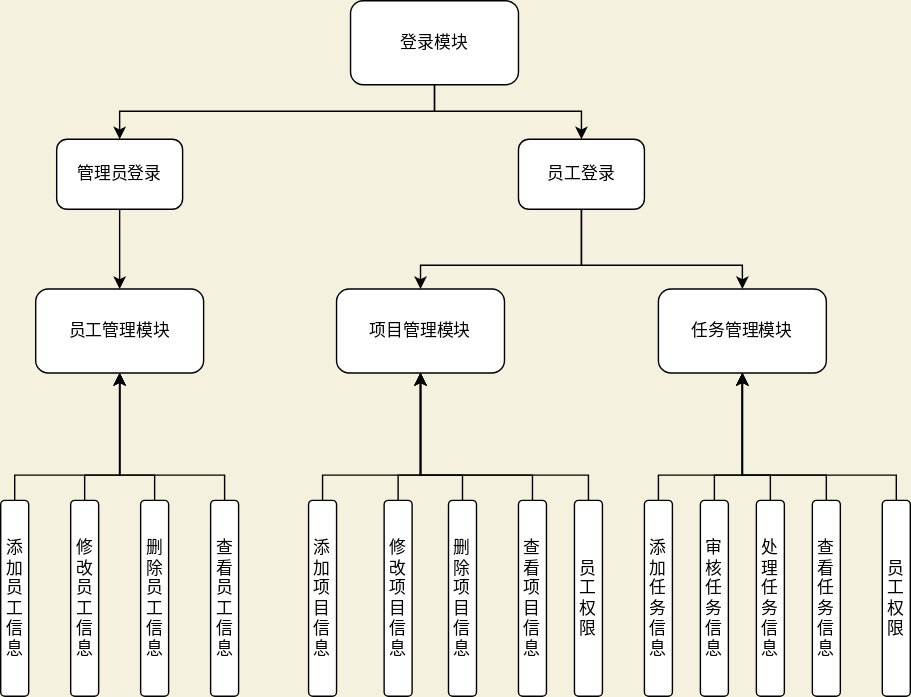
The draw.io diagram web/src/main/resources/static/draw/uml.svg in luck-nine/projectManagement, before a commit. Source tidied: cells renumbered, new cells last; positions are measured from the earlier drawing's top-left corner, leaving out a move shared by most shapes.
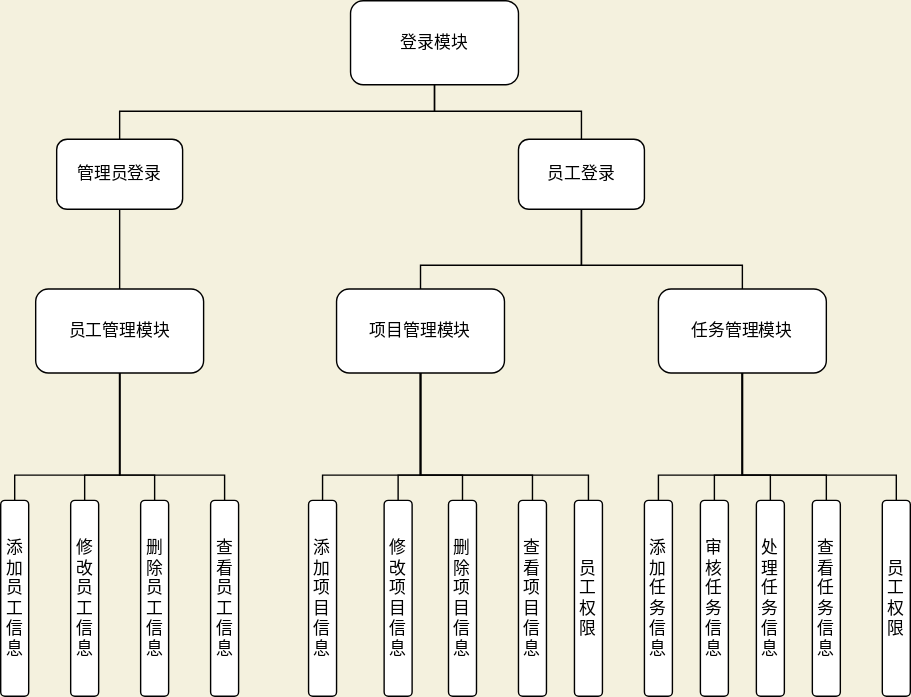
The same diagram one commit later.

Commit message:
fix: 组织结构图去掉箭头

Change to the diagram source:
```diff
@@ -23,7 +23,7 @@
     <mxCell id="8" value="&lt;font color=&quot;#000000&quot;&gt;员工登录&lt;/font&gt;" style="rounded=1;whiteSpace=wrap;html=1;strokeColor=#000000;fillColor=#FFFFFF;" parent="1" vertex="1">
       <mxGeometry x="370" y="99" width="90" height="50" as="geometry" />
     </mxCell>
-    <mxCell id="9" style="endArrow=classic;html=1;rounded=0;strokeColor=#000000;exitX=0.5;exitY=1;exitDx=0;exitDy=0;entryX=0.5;entryY=0;entryDx=0;entryDy=0;" parent="1" edge="1" source="2" target="7">
+    <mxCell id="9" style="endArrow=none;html=1;rounded=0;strokeColor=#000000;exitX=0.5;exitY=1;exitDx=0;exitDy=0;entryX=0.5;entryY=0;entryDx=0;entryDy=0;endFill=0;" parent="1" edge="1" source="2" target="7">
       <mxGeometry relative="1" as="geometry">
         <Array as="points">
           <mxPoint x="310" y="79" />
@@ -31,7 +31,7 @@
         </Array>
       </mxGeometry>
     </mxCell>
-    <mxCell id="10" style="endArrow=classic;html=1;rounded=0;strokeColor=#000000;exitX=0.5;exitY=1;exitDx=0;exitDy=0;entryX=0.5;entryY=0;entryDx=0;entryDy=0;" parent="1" edge="1" source="2" target="8">
+    <mxCell id="10" style="endArrow=none;html=1;rounded=0;strokeColor=#000000;exitX=0.5;exitY=1;exitDx=0;exitDy=0;entryX=0.5;entryY=0;entryDx=0;entryDy=0;endFill=0;" parent="1" edge="1" source="2" target="8">
       <mxGeometry relative="1" as="geometry">
         <Array as="points">
           <mxPoint x="310" y="79" />
@@ -39,7 +39,7 @@
         </Array>
       </mxGeometry>
     </mxCell>
-    <mxCell id="11" style="endArrow=classic;html=1;rounded=0;strokeColor=#000000;exitX=0.5;exitY=1;exitDx=0;exitDy=0;entryX=0.5;entryY=0;entryDx=0;entryDy=0;" parent="1" edge="1" source="8" target="5">
+    <mxCell id="11" style="endArrow=none;html=1;rounded=0;strokeColor=#000000;exitX=0.5;exitY=1;exitDx=0;exitDy=0;entryX=0.5;entryY=0;entryDx=0;entryDy=0;endFill=0;" parent="1" edge="1" source="8" target="5">
       <mxGeometry relative="1" as="geometry">
         <Array as="points">
           <mxPoint x="415" y="189" />
@@ -47,7 +47,7 @@
         </Array>
       </mxGeometry>
     </mxCell>
-    <mxCell id="12" style="endArrow=classic;html=1;rounded=0;strokeColor=#000000;exitX=0.5;exitY=1;exitDx=0;exitDy=0;entryX=0.5;entryY=0;entryDx=0;entryDy=0;" parent="1" edge="1" source="8" target="4">
+    <mxCell id="12" style="endArrow=none;html=1;rounded=0;strokeColor=#000000;exitX=0.5;exitY=1;exitDx=0;exitDy=0;entryX=0.5;entryY=0;entryDx=0;entryDy=0;endFill=0;" parent="1" edge="1" source="8" target="4">
       <mxGeometry relative="1" as="geometry">
         <Array as="points">
           <mxPoint x="415" y="189" />
@@ -55,10 +55,10 @@
         </Array>
       </mxGeometry>
     </mxCell>
-    <mxCell id="13" style="endArrow=classic;html=1;rounded=0;strokeColor=#000000;exitX=0.5;exitY=1;exitDx=0;exitDy=0;entryX=0.5;entryY=0;entryDx=0;entryDy=0;" parent="1" edge="1" source="7" target="3">
+    <mxCell id="13" style="endArrow=none;html=1;rounded=0;strokeColor=#000000;exitX=0.5;exitY=1;exitDx=0;exitDy=0;entryX=0.5;entryY=0;entryDx=0;entryDy=0;endFill=0;" parent="1" edge="1" source="7" target="3">
       <mxGeometry relative="1" as="geometry" />
     </mxCell>
-    <mxCell id="14" style="endArrow=classic;html=1;rounded=0;strokeColor=#000000;entryX=0.5;entryY=1;entryDx=0;entryDy=0;exitX=0.5;exitY=0;exitDx=0;exitDy=0;" parent="1" edge="1" source="24" target="5">
+    <mxCell id="14" style="endArrow=none;html=1;rounded=0;strokeColor=#000000;entryX=0.5;entryY=1;entryDx=0;entryDy=0;exitX=0.5;exitY=0;exitDx=0;exitDy=0;endFill=0;" parent="1" edge="1" source="24" target="5">
       <mxGeometry relative="1" as="geometry">
         <Array as="points">
           <mxPoint x="330" y="339" />
@@ -66,7 +66,7 @@
         </Array>
       </mxGeometry>
     </mxCell>
-    <mxCell id="15" style="endArrow=classic;html=1;rounded=0;strokeColor=#000000;exitX=0.5;exitY=0;exitDx=0;exitDy=0;entryX=0.5;entryY=1;entryDx=0;entryDy=0;" parent="1" edge="1" source="23" target="5">
+    <mxCell id="15" style="endArrow=none;html=1;rounded=0;strokeColor=#000000;exitX=0.5;exitY=0;exitDx=0;exitDy=0;entryX=0.5;entryY=1;entryDx=0;entryDy=0;endFill=0;" parent="1" edge="1" source="23" target="5">
       <mxGeometry relative="1" as="geometry">
         <Array as="points">
           <mxPoint x="284" y="339" />
@@ -74,7 +74,7 @@
         </Array>
       </mxGeometry>
     </mxCell>
-    <mxCell id="16" style="endArrow=classic;html=1;rounded=0;strokeColor=#000000;exitX=0.5;exitY=0;exitDx=0;exitDy=0;entryX=0.5;entryY=1;entryDx=0;entryDy=0;" parent="1" edge="1" source="22" target="5">
+    <mxCell id="16" style="endArrow=none;html=1;rounded=0;strokeColor=#000000;exitX=0.5;exitY=0;exitDx=0;exitDy=0;entryX=0.5;entryY=1;entryDx=0;entryDy=0;endFill=0;" parent="1" edge="1" source="22" target="5">
       <mxGeometry relative="1" as="geometry">
         <Array as="points">
           <mxPoint x="230" y="339" />
@@ -82,7 +82,7 @@
         </Array>
       </mxGeometry>
     </mxCell>
-    <mxCell id="17" style="endArrow=classic;html=1;rounded=0;strokeColor=#000000;exitX=0.5;exitY=0;exitDx=0;exitDy=0;entryX=0.5;entryY=1;entryDx=0;entryDy=0;" parent="1" edge="1" source="6" target="3">
+    <mxCell id="17" style="endArrow=none;html=1;rounded=0;strokeColor=#000000;exitX=0.5;exitY=0;exitDx=0;exitDy=0;entryX=0.5;entryY=1;entryDx=0;entryDy=0;endFill=0;" parent="1" edge="1" source="6" target="3">
       <mxGeometry relative="1" as="geometry">
         <Array as="points">
           <mxPoint x="10" y="339" />
@@ -96,7 +96,7 @@
     <mxCell id="19" value="&lt;font color=&quot;#000000&quot;&gt;删除员工信息&lt;/font&gt;" style="rounded=1;whiteSpace=wrap;html=1;strokeColor=#000000;fillColor=#FFFFFF;" parent="1" vertex="1">
       <mxGeometry x="100" y="357" width="20" height="140" as="geometry" />
     </mxCell>
-    <mxCell id="20" style="endArrow=classic;html=1;rounded=0;strokeColor=#000000;exitX=0.5;exitY=0;exitDx=0;exitDy=0;entryX=0.5;entryY=1;entryDx=0;entryDy=0;" parent="1" edge="1" source="18" target="3">
+    <mxCell id="20" style="endArrow=none;html=1;rounded=0;strokeColor=#000000;exitX=0.5;exitY=0;exitDx=0;exitDy=0;entryX=0.5;entryY=1;entryDx=0;entryDy=0;endFill=0;" parent="1" edge="1" source="18" target="3">
       <mxGeometry relative="1" as="geometry">
         <Array as="points">
           <mxPoint x="60" y="339" />
@@ -104,7 +104,7 @@
         </Array>
       </mxGeometry>
     </mxCell>
-    <mxCell id="21" style="endArrow=classic;html=1;rounded=0;strokeColor=#000000;exitX=0.5;exitY=0;exitDx=0;exitDy=0;entryX=0.5;entryY=1;entryDx=0;entryDy=0;" parent="1" edge="1" source="19" target="3">
+    <mxCell id="21" style="endArrow=none;html=1;rounded=0;strokeColor=#000000;exitX=0.5;exitY=0;exitDx=0;exitDy=0;entryX=0.5;entryY=1;entryDx=0;entryDy=0;endFill=0;" parent="1" edge="1" source="19" target="3">
       <mxGeometry relative="1" as="geometry">
         <Array as="points">
           <mxPoint x="110" y="339" />
@@ -124,7 +124,7 @@
     <mxCell id="25" value="&lt;font color=&quot;#000000&quot;&gt;查看项目信息&lt;/font&gt;" style="rounded=1;whiteSpace=wrap;html=1;strokeColor=#000000;fillColor=#FFFFFF;" parent="1" vertex="1">
       <mxGeometry x="370" y="357" width="20" height="140" as="geometry" />
     </mxCell>
-    <mxCell id="26" style="endArrow=classic;html=1;rounded=0;strokeColor=#000000;exitX=0.5;exitY=0;exitDx=0;exitDy=0;entryX=0.5;entryY=1;entryDx=0;entryDy=0;" parent="1" edge="1" source="25" target="5">
+    <mxCell id="26" style="endArrow=none;html=1;rounded=0;strokeColor=#000000;exitX=0.5;exitY=0;exitDx=0;exitDy=0;entryX=0.5;entryY=1;entryDx=0;entryDy=0;endFill=0;" parent="1" edge="1" source="25" target="5">
       <mxGeometry relative="1" as="geometry">
         <Array as="points">
           <mxPoint x="380" y="339" />
@@ -144,7 +144,7 @@
     <mxCell id="30" value="&lt;font color=&quot;#000000&quot;&gt;查看任务信息&lt;/font&gt;" style="rounded=1;whiteSpace=wrap;html=1;strokeColor=#000000;fillColor=#FFFFFF;" parent="1" vertex="1">
       <mxGeometry x="580" y="357" width="20" height="140" as="geometry" />
     </mxCell>
-    <mxCell id="31" style="endArrow=classic;html=1;rounded=0;strokeColor=#000000;exitX=0.5;exitY=0;exitDx=0;exitDy=0;entryX=0.5;entryY=1;entryDx=0;entryDy=0;" parent="1" edge="1" source="27" target="4">
+    <mxCell id="31" style="endArrow=none;html=1;rounded=0;strokeColor=#000000;exitX=0.5;exitY=0;exitDx=0;exitDy=0;entryX=0.5;entryY=1;entryDx=0;entryDy=0;endFill=0;" parent="1" edge="1" source="27" target="4">
       <mxGeometry relative="1" as="geometry">
         <Array as="points">
           <mxPoint x="470" y="339" />
@@ -152,7 +152,7 @@
         </Array>
       </mxGeometry>
     </mxCell>
-    <mxCell id="32" style="endArrow=classic;html=1;rounded=0;strokeColor=#000000;exitX=0.5;exitY=0;exitDx=0;exitDy=0;entryX=0.5;entryY=1;entryDx=0;entryDy=0;" parent="1" edge="1" source="28" target="4">
+    <mxCell id="32" style="endArrow=none;html=1;rounded=0;strokeColor=#000000;exitX=0.5;exitY=0;exitDx=0;exitDy=0;entryX=0.5;entryY=1;entryDx=0;entryDy=0;endFill=0;" parent="1" edge="1" source="28" target="4">
       <mxGeometry relative="1" as="geometry">
         <Array as="points">
           <mxPoint x="510" y="339" />
@@ -160,7 +160,7 @@
         </Array>
       </mxGeometry>
     </mxCell>
-    <mxCell id="33" style="endArrow=classic;html=1;rounded=0;strokeColor=#000000;exitX=0.5;exitY=0;exitDx=0;exitDy=0;entryX=0.5;entryY=1;entryDx=0;entryDy=0;" parent="1" edge="1" source="30" target="4">
+    <mxCell id="33" style="endArrow=none;html=1;rounded=0;strokeColor=#000000;exitX=0.5;exitY=0;exitDx=0;exitDy=0;entryX=0.5;entryY=1;entryDx=0;entryDy=0;endFill=0;" parent="1" edge="1" source="30" target="4">
       <mxGeometry relative="1" as="geometry">
         <Array as="points">
           <mxPoint x="590" y="339" />
@@ -168,7 +168,7 @@
         </Array>
       </mxGeometry>
     </mxCell>
-    <mxCell id="34" style="endArrow=classic;html=1;rounded=0;strokeColor=#000000;exitX=0.5;exitY=0;exitDx=0;exitDy=0;entryX=0.5;entryY=1;entryDx=0;entryDy=0;" parent="1" edge="1" source="29" target="4">
+    <mxCell id="34" style="endArrow=none;html=1;rounded=0;strokeColor=#000000;exitX=0.5;exitY=0;exitDx=0;exitDy=0;entryX=0.5;entryY=1;entryDx=0;entryDy=0;endFill=0;" parent="1" edge="1" source="29" target="4">
       <mxGeometry relative="1" as="geometry">
         <Array as="points">
           <mxPoint x="550" y="339" />
@@ -179,7 +179,7 @@
     <mxCell id="35" value="&lt;font color=&quot;#000000&quot;&gt;员工权限&lt;/font&gt;" style="rounded=1;whiteSpace=wrap;html=1;strokeColor=#000000;fillColor=#FFFFFF;" parent="1" vertex="1">
       <mxGeometry x="410" y="357" width="20" height="140" as="geometry" />
     </mxCell>
-    <mxCell id="36" style="endArrow=classic;html=1;rounded=0;strokeColor=#000000;exitX=0.5;exitY=0;exitDx=0;exitDy=0;entryX=0.5;entryY=1;entryDx=0;entryDy=0;" parent="1" edge="1" source="35" target="5">
+    <mxCell id="36" style="endArrow=none;html=1;rounded=0;strokeColor=#000000;exitX=0.5;exitY=0;exitDx=0;exitDy=0;entryX=0.5;entryY=1;entryDx=0;entryDy=0;endFill=0;" parent="1" edge="1" source="35" target="5">
       <mxGeometry relative="1" as="geometry">
         <Array as="points">
           <mxPoint x="420" y="339" />
@@ -190,7 +190,7 @@
     <mxCell id="37" value="&lt;font color=&quot;#000000&quot;&gt;员工权限&lt;/font&gt;" style="rounded=1;whiteSpace=wrap;html=1;strokeColor=#000000;fillColor=#FFFFFF;" parent="1" vertex="1">
       <mxGeometry x="630" y="357" width="20" height="140" as="geometry" />
     </mxCell>
-    <mxCell id="38" style="endArrow=classic;html=1;rounded=0;strokeColor=#000000;exitX=0.5;exitY=0;exitDx=0;exitDy=0;entryX=0.5;entryY=1;entryDx=0;entryDy=0;" parent="1" edge="1" source="37" target="4">
+    <mxCell id="38" style="endArrow=none;html=1;rounded=0;strokeColor=#000000;exitX=0.5;exitY=0;exitDx=0;exitDy=0;entryX=0.5;entryY=1;entryDx=0;entryDy=0;endFill=0;" parent="1" edge="1" source="37" target="4">
       <mxGeometry relative="1" as="geometry">
         <Array as="points">
           <mxPoint x="640" y="339" />
@@ -201,7 +201,7 @@
     <mxCell id="39" value="&lt;font color=&quot;#000000&quot;&gt;查看员工信息&lt;/font&gt;" style="rounded=1;whiteSpace=wrap;html=1;strokeColor=#000000;fillColor=#FFFFFF;" parent="1" vertex="1">
       <mxGeometry x="150" y="357" width="20" height="140" as="geometry" />
     </mxCell>
-    <mxCell id="40" style="endArrow=classic;html=1;rounded=0;strokeColor=#000000;exitX=0.5;exitY=0;exitDx=0;exitDy=0;entryX=0.5;entryY=1;entryDx=0;entryDy=0;" parent="1" edge="1" source="39" target="3">
+    <mxCell id="40" style="endArrow=none;html=1;rounded=0;strokeColor=#000000;exitX=0.5;exitY=0;exitDx=0;exitDy=0;entryX=0.5;entryY=1;entryDx=0;entryDy=0;endFill=0;" parent="1" edge="1" source="39" target="3">
       <mxGeometry relative="1" as="geometry">
         <Array as="points">
           <mxPoint x="160" y="339" />
```
